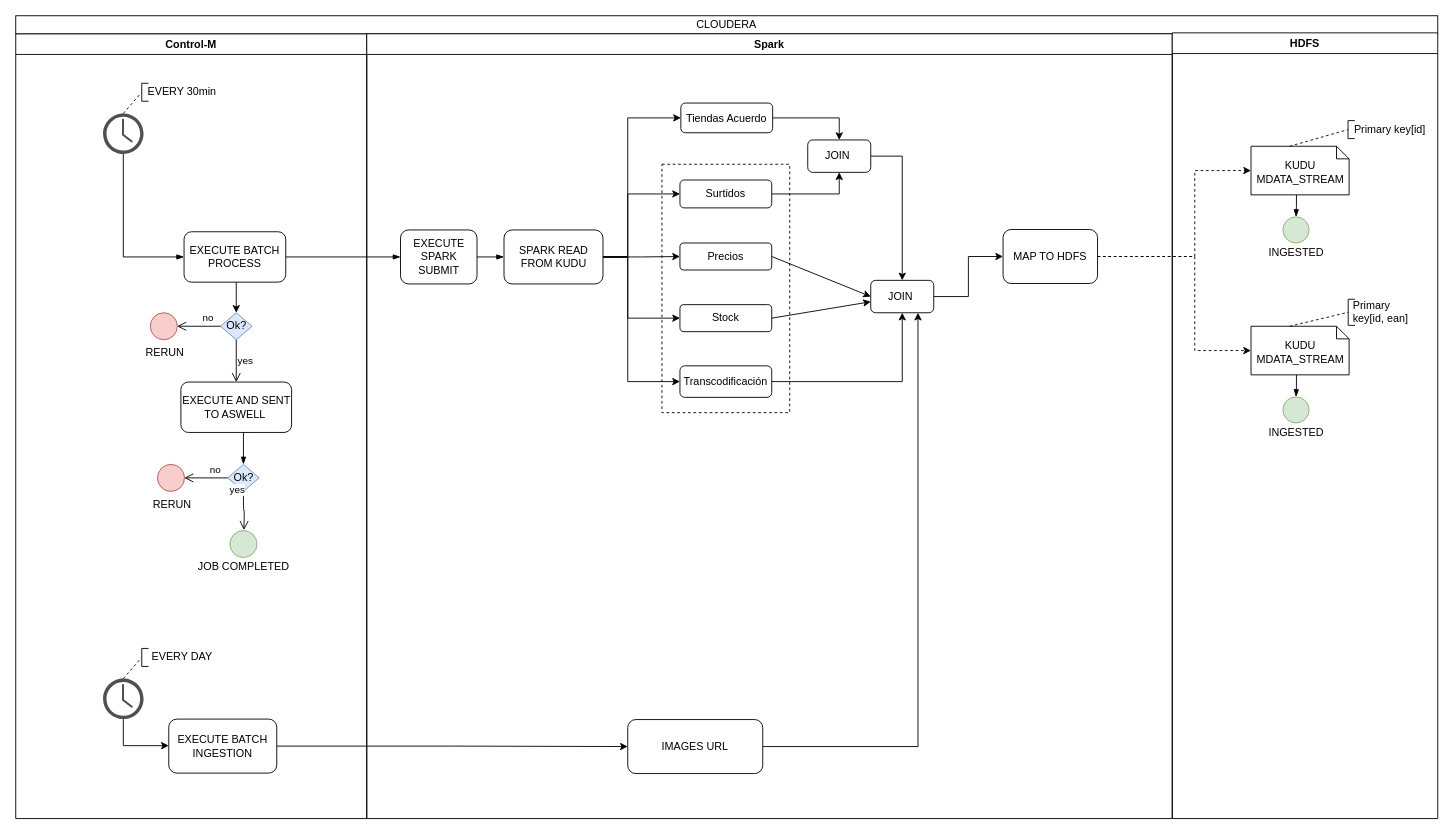
The draw.io diagram Cap Diagram.drawio in StefanoMazzukaCapgemini/Cap_Diagram, before the edit. Source tidied: cells renumbered, new cells numbered last; positions are measured from the earlier drawing's top-left corner, leaving out a move shared by most shapes. Both pictures are drawn from the tidied source at 90%, with x=0, y=0 at pixel (15, 15).
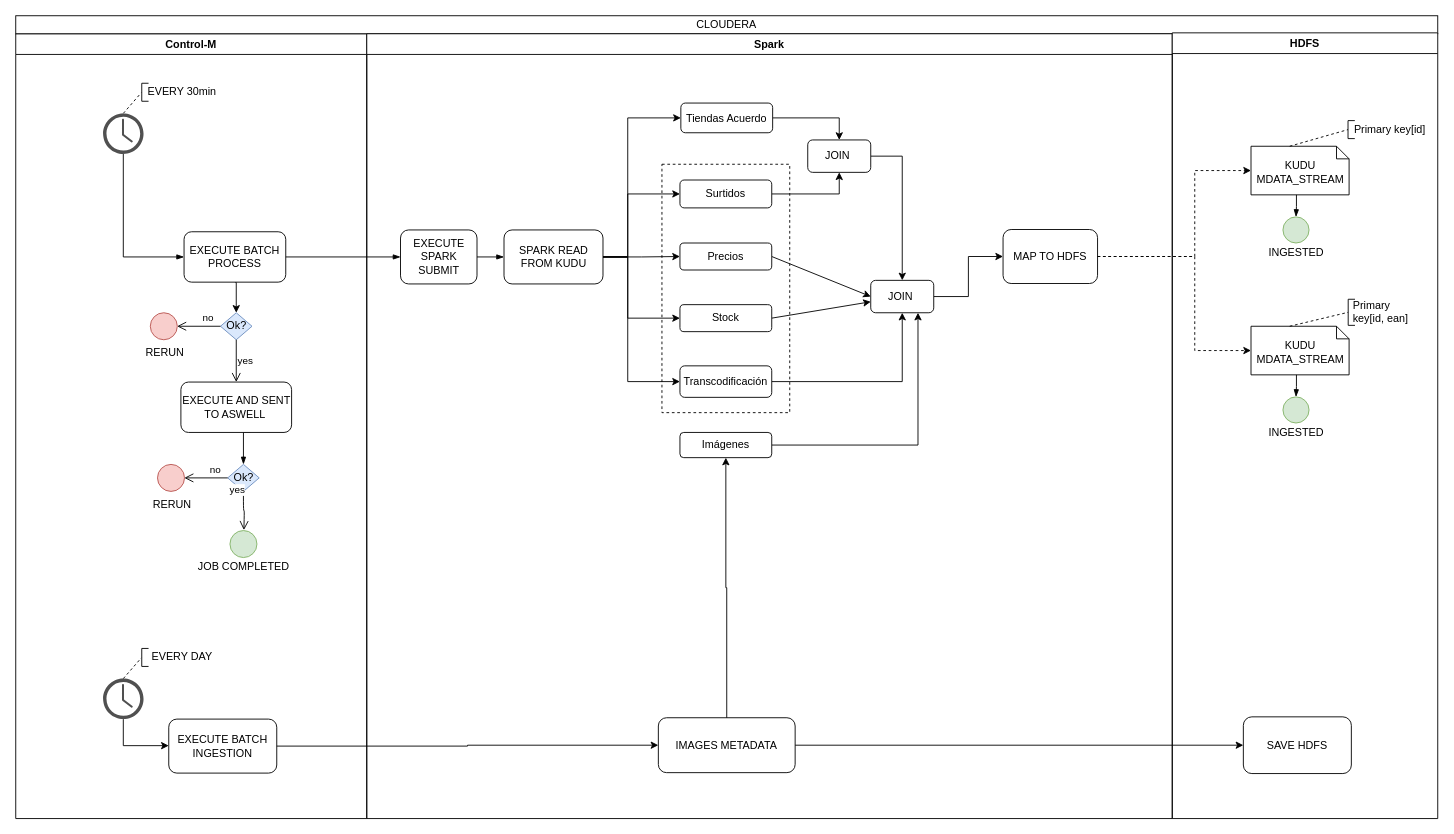
Above is the later version.

Unchanged cells that the change refers to:
```xml
<mxCell id="31" value="Spark" style="swimlane;whiteSpace=wrap;startSize=23;" parent="1" vertex="1">
  <mxGeometry x="390" y="20" width="895" height="872" as="geometry" />
</mxCell>
<mxCell id="55" value="JOIN&amp;nbsp;" style="rounded=1;whiteSpace=wrap;html=1;" parent="31" vertex="1">
  <mxGeometry x="560" y="274" width="70" height="36" as="geometry" />
</mxCell>
<mxCell id="57" value="HDFS" style="swimlane;whiteSpace=wrap;" parent="1" vertex="1">
  <mxGeometry x="1285" y="19" width="295" height="873" as="geometry" />
</mxCell>
```

The edit, as a diff of the source:
```diff
@@
+    <mxCell id="78" style="edgeStyle=orthogonalEdgeStyle;rounded=0;jettySize=auto;html=1;entryX=0.75;entryY=1;entryDx=0;entryDy=0;" parent="31" edge="1" source="79" target="55">
+      <mxGeometry relative="1" as="geometry" />
+    </mxCell>
+    <mxCell id="79" value="Imágenes" style="rounded=1;whiteSpace=wrap;html=1;" parent="31" vertex="1">
+      <mxGeometry x="348" y="443" width="102" height="28" as="geometry" />
+    </mxCell>
+    <mxCell id="77" value="IMAGES METADATA" style="rounded=1;whiteSpace=wrap;html=1;" parent="31" vertex="1">
+      <mxGeometry x="324" y="760" width="152" height="61" as="geometry" />
+    </mxCell>
+    <mxCell id="80" style="edgeStyle=orthogonalEdgeStyle;rounded=0;jettySize=auto;html=1;" parent="31" edge="1" source="77" target="79">
+      <mxGeometry relative="1" as="geometry" />
+    </mxCell>
@@
+    <mxCell id="81" value="SAVE HDFS" style="rounded=1;whiteSpace=wrap;html=1;" parent="57" vertex="1">
+      <mxGeometry x="79" y="760" width="120" height="63" as="geometry" />
+    </mxCell>
@@
-    <mxCell id="76" style="edgeStyle=orthogonalEdgeStyle;rounded=0;jettySize=auto;html=1;exitX=1;exitY=0.5;exitDx=0;exitDy=0;entryX=0.75;entryY=1;entryDx=0;entryDy=0;" parent="1" edge="1" source="77" target="55">
-      <mxGeometry relative="1" as="geometry" />
-    </mxCell>
-    <mxCell id="77" value="IMAGES URL" style="rounded=1;whiteSpace=wrap;html=1;" parent="1" vertex="1">
-      <mxGeometry x="680" y="782" width="150" height="60" as="geometry" />
-    </mxCell>
+    <mxCell id="82" style="edgeStyle=orthogonalEdgeStyle;rounded=0;jettySize=auto;html=1;" parent="1" edge="1" source="77" target="81">
+      <mxGeometry relative="1" as="geometry" />
+    </mxCell>
```
